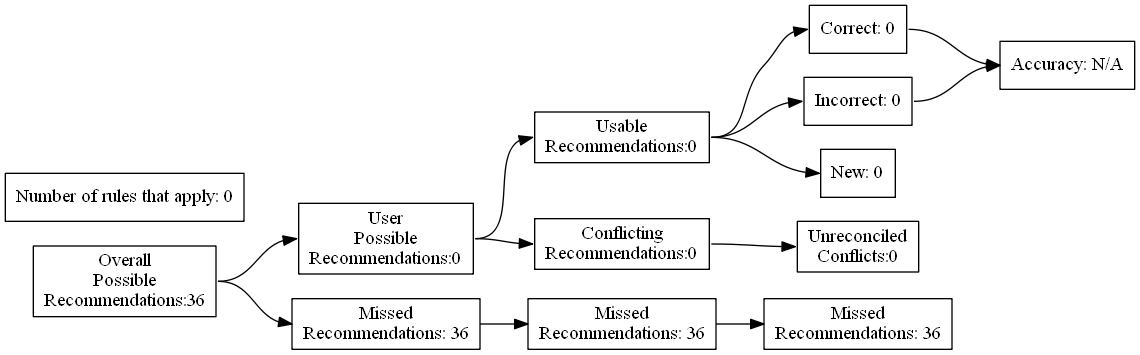
Earlier version of the Graphviz export test_renders/48.gv.png (ZaxR/ibd_diet_analysis). Its source is kept beside it as test_renders/48.gv. Source of this version:
```dot
digraph {
	graph [rankdir=LR]
	node [pos=r shape=box]
	edge [headport=w tailport=e]
		A [label="Overall
Possible
Recommendations:36"]
		B [label="User
Possible
Recommendations:0"]
		C [label="Missed
Recommendations: 36"]
		D [label="Usable
Recommendations:0"]
		E [label="Conflicting
Recommendations:0"]
		J [label="Missed
Recommendations: 36"]
		M [label="Unreconciled
Conflicts:0"]
		F [label="Correct: 0"]
		G [label="Incorrect: 0"]
		H [label="New: 0"]
		K [label="Missed
Recommendations: 36"]
		I [label="Accuracy: N/A"]
		l [label="Number of rules that apply: 0"]
			A -> B
			A -> C
			B -> D
			B -> E
			D -> F
			D -> G
			D -> H
			F -> I
			G -> I
			C -> J
			J -> K
			E -> M
}
```
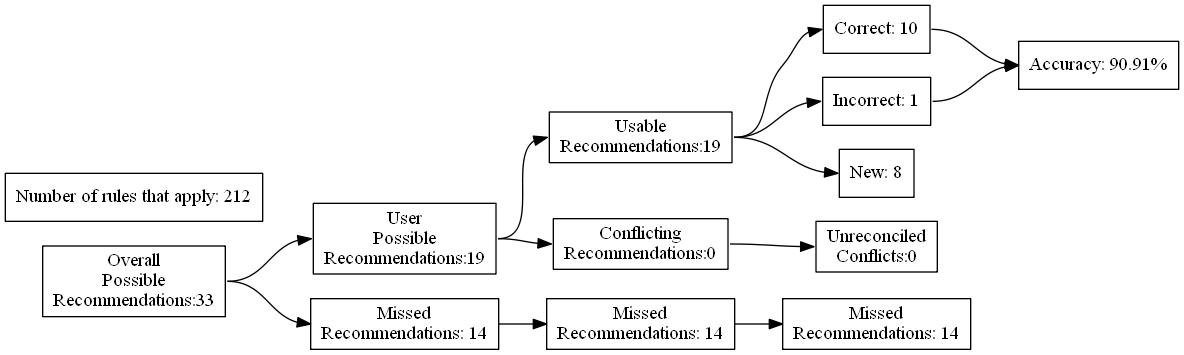
The same file after the commit.

Diff of the diagram source:
```diff
@@ -4,27 +4,27 @@
 	edge [headport=w tailport=e]
 		A [label="Overall
 Possible
-Recommendations:36"]
+Recommendations:33"]
 		B [label="User
 Possible
-Recommendations:0"]
+Recommendations:19"]
 		C [label="Missed
-Recommendations: 36"]
+Recommendations: 14"]
 		D [label="Usable
-Recommendations:0"]
+Recommendations:19"]
 		E [label="Conflicting
 Recommendations:0"]
 		J [label="Missed
-Recommendations: 36"]
+Recommendations: 14"]
 		M [label="Unreconciled
 Conflicts:0"]
-		F [label="Correct: 0"]
-		G [label="Incorrect: 0"]
-		H [label="New: 0"]
+		F [label="Correct: 10"]
+		G [label="Incorrect: 1"]
+		H [label="New: 8"]
 		K [label="Missed
-Recommendations: 36"]
-		I [label="Accuracy: N/A"]
-		l [label="Number of rules that apply: 0"]
+Recommendations: 14"]
+		I [label="Accuracy: 90.91%"]
+		l [label="Number of rules that apply: 212"]
 			A -> B
 			A -> C
 			B -> D
```
